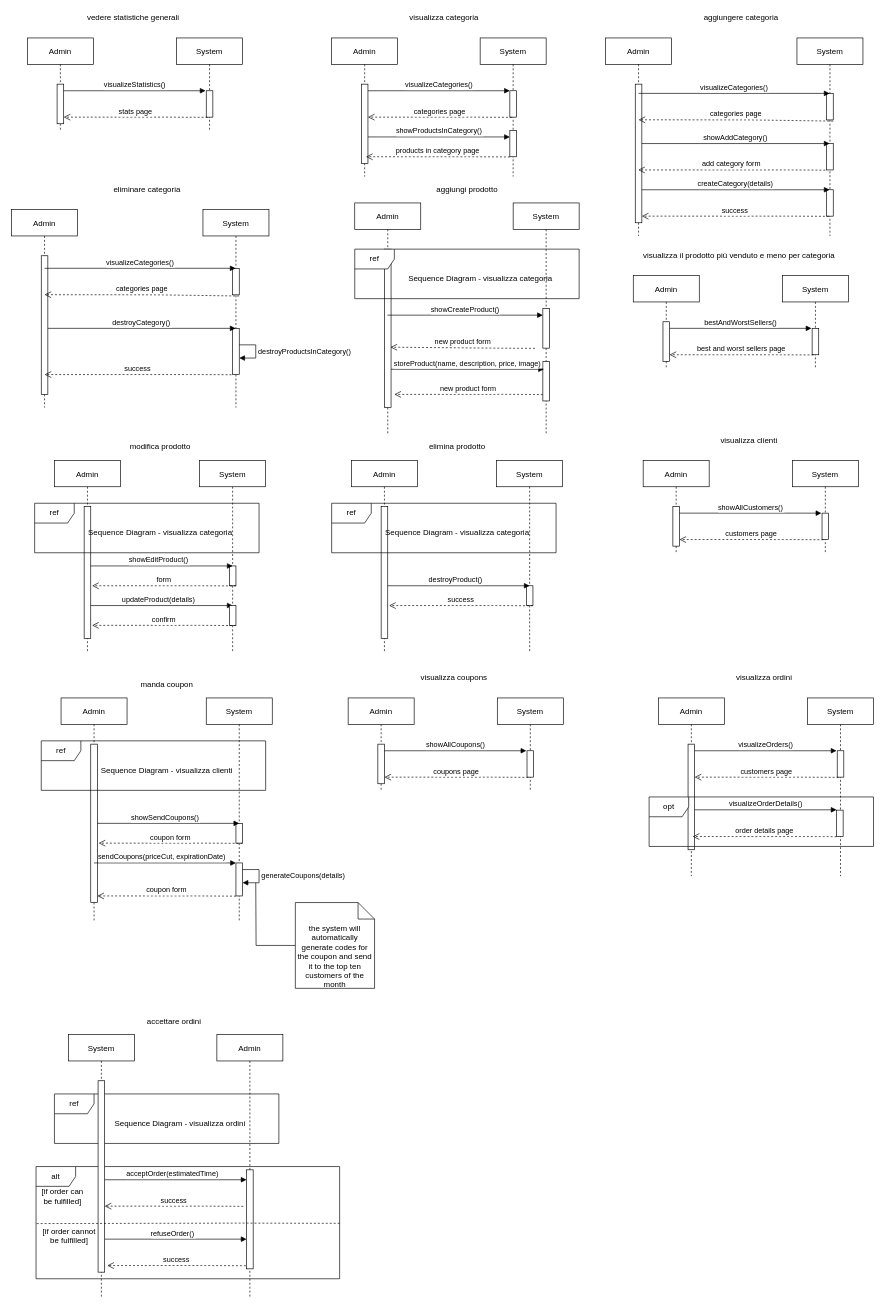
The draw.io diagram documentazione/Selene/sequence.drawio in Flacaro/TasteIt, before the edit. Source tidied: cells renumbered, new cells numbered last; positions are measured from the earlier drawing's top-left corner, leaving out a move shared by most shapes. Both pictures are drawn from the tidied source at 66%, with x=0, y=0 at pixel (11, 11).
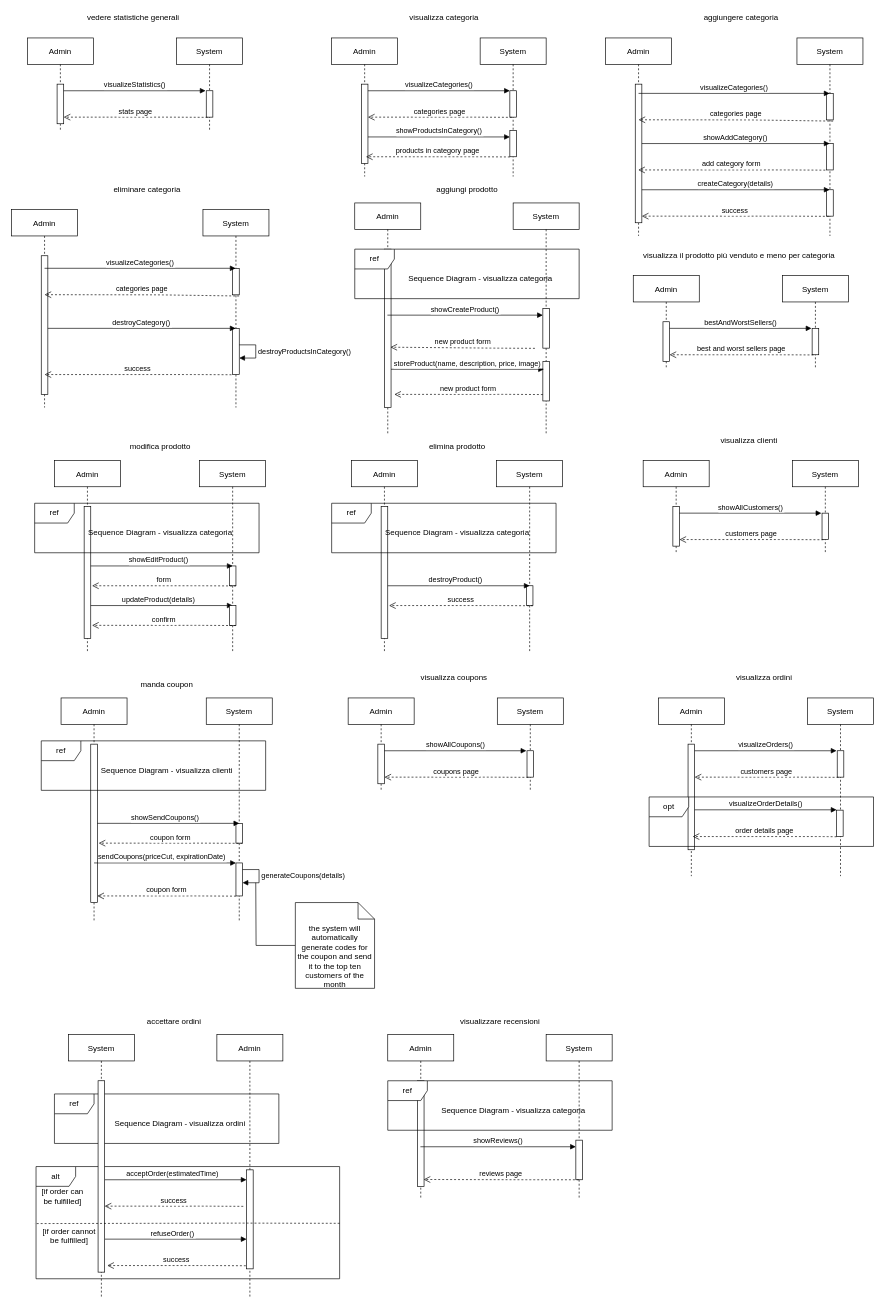
The same diagram, later.

The edit, as a diff of the source:
```diff
@@
+    <mxCell id="138" value="Admin" style="shape=umlLifeline;perimeter=lifelinePerimeter;rounded=0;shadow=0;strokeWidth=1;" parent="1" vertex="1">
+      <mxGeometry x="570" y="1550" width="100" height="250" as="geometry" />
+    </mxCell>
+    <mxCell id="139" style="points=[];perimeter=orthogonalPerimeter;rounded=0;shadow=0;strokeWidth=1;" parent="138" vertex="1">
+      <mxGeometry x="45" y="70" width="10" height="160" as="geometry" />
+    </mxCell>
+    <mxCell id="140" value="System" style="shape=umlLifeline;perimeter=lifelinePerimeter;rounded=0;shadow=0;strokeWidth=1;" parent="1" vertex="1">
+      <mxGeometry x="810" y="1550" width="100" height="250" as="geometry" />
+    </mxCell>
+    <mxCell id="141" style="perimeter=orthogonalPerimeter;rounded=0;shadow=0;strokeWidth=1;" parent="140" vertex="1">
+      <mxGeometry x="45" y="160" width="10" height="60" as="geometry" />
+    </mxCell>
+    <mxCell id="142" value="ref" style="shape=umlFrame;whiteSpace=wrap;html=1;" parent="140" vertex="1">
+      <mxGeometry x="-240" y="70" width="340" height="75" as="geometry" />
+    </mxCell>
+    <mxCell id="143" value="Sequence Diagram - visualizza categoria" style="text;html=1;align=center;verticalAlign=middle;strokeColor=none;" parent="140" vertex="1">
+      <mxGeometry x="-165" y="105" width="230" height="20" as="geometry" />
+    </mxCell>
+    <mxCell id="144" value="showReviews()" style="verticalAlign=bottom;endArrow=block;shadow=0;strokeWidth=1;" parent="140" edge="1" source="138">
+      <mxGeometry relative="1" as="geometry">
+        <mxPoint x="45" y="170" as="targetPoint" />
+      </mxGeometry>
+    </mxCell>
+    <mxCell id="145" value="reviews page" style="verticalAlign=bottom;endArrow=open;dashed=1;endSize=8;shadow=0;strokeWidth=1;entryX=0.94;entryY=0.935;entryDx=0;entryDy=0;entryPerimeter=0;" parent="1" edge="1" source="140" target="139">
+      <mxGeometry relative="1" as="geometry">
+        <Array as="points">
+          <mxPoint x="785" y="1770" />
+        </Array>
+      </mxGeometry>
+    </mxCell>
+    <mxCell id="146" value="visualizzare recensioni" style="text;html=1;align=center;verticalAlign=middle;strokeColor=none;" parent="1" vertex="1">
+      <mxGeometry x="670" y="1520" width="140" height="20" as="geometry" />
+    </mxCell>
```
